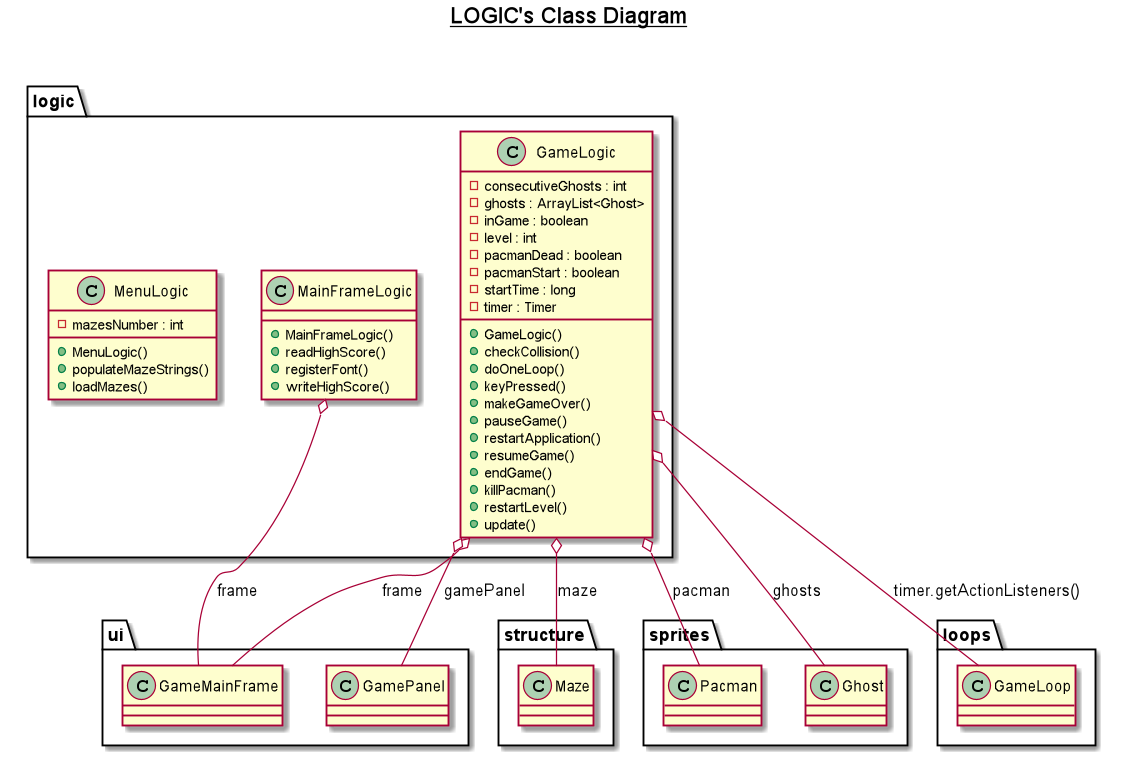
Earlier version of the PlantUML export UMLs/logic.png (frnocentini/jpacman).
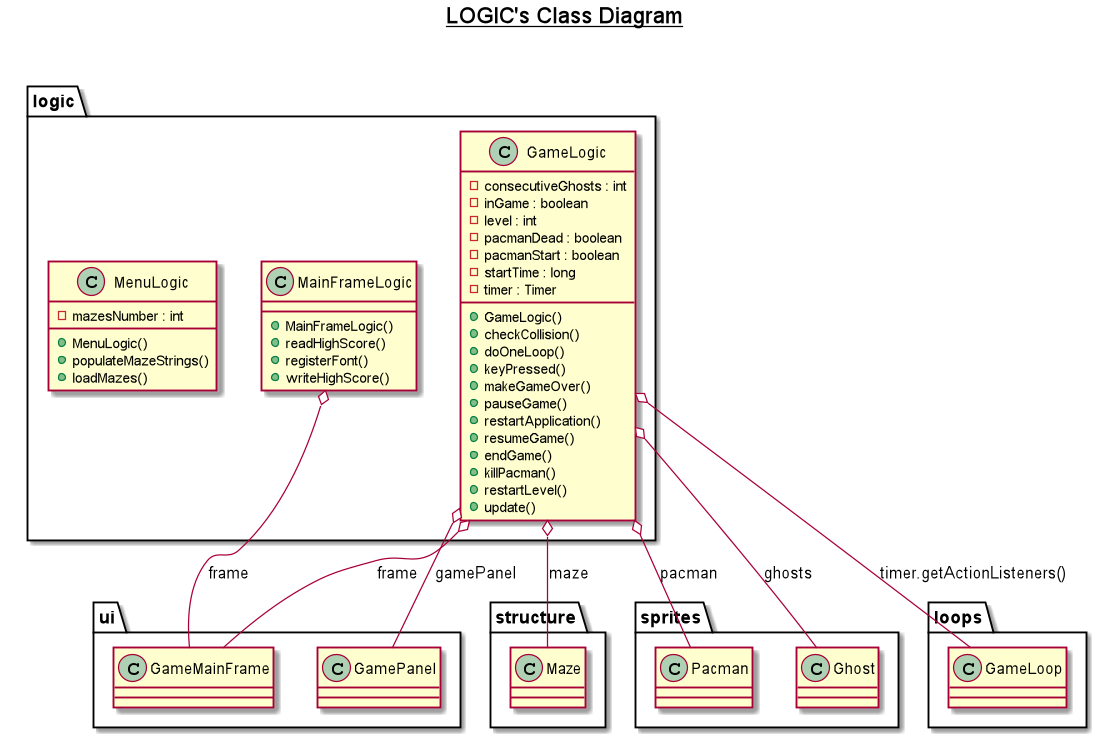
Later version of the same file.

The edit, as a diff of the source:
```diff
@@ -5,7 +5,6 @@
 namespace logic {
       class logic.GameLogic {
           - consecutiveGhosts : int
-          - ghosts : ArrayList<Ghost>
           - inGame : boolean
           - level : int
           - pacmanDead : boolean
```
